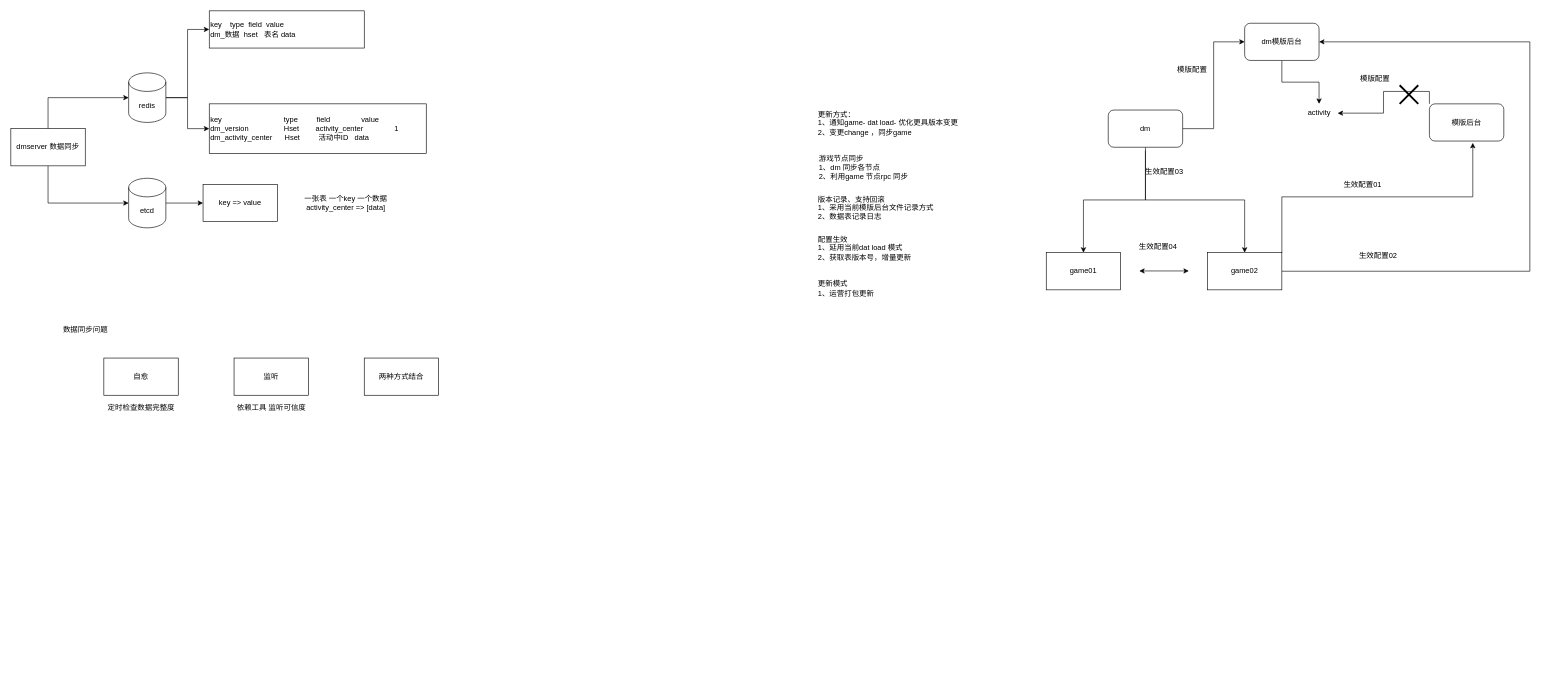
The draw.io diagram dmserver.drawio in SimpleAlong/learngit, before the edit. Source tidied: cells renumbered, new cells numbered last; positions are measured from the earlier drawing's top-left corner, leaving out a move shared by most shapes. Both pictures are drawn from the tidied source at 62%, with x=0, y=0 at pixel (11, 11).
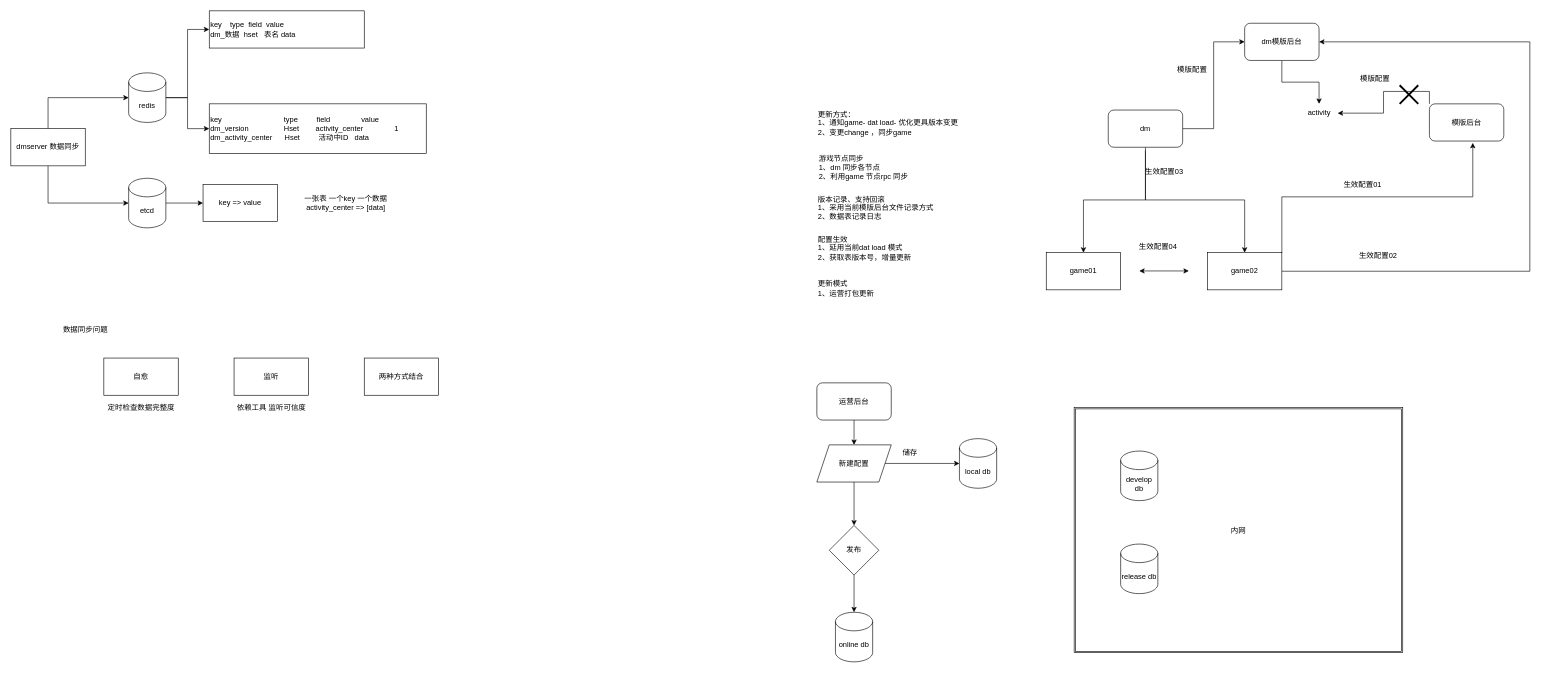
The same page after the edit.

Diff of the diagram source:
```diff
@@
+    <mxCell id="46" style="edgeStyle=orthogonalEdgeStyle;rounded=0;jettySize=auto;html=1;exitX=0.5;exitY=1;exitDx=0;exitDy=0;entryX=0.5;entryY=0;entryDx=0;entryDy=0;entryPerimeter=0;" parent="1" edge="1" source="47" target="55">
+      <mxGeometry relative="1" as="geometry" />
+    </mxCell>
+    <mxCell id="47" value="发布" style="rhombus;whiteSpace=wrap;html=1;" parent="1" vertex="1">
+      <mxGeometry x="1320" y="830" width="80" height="80" as="geometry" />
+    </mxCell>
+    <mxCell id="48" style="edgeStyle=orthogonalEdgeStyle;rounded=0;jettySize=auto;html=1;exitX=1;exitY=0.5;exitDx=0;exitDy=0;entryX=0;entryY=0.5;entryDx=0;entryDy=0;entryPerimeter=0;" parent="1" edge="1" source="50" target="51">
+      <mxGeometry relative="1" as="geometry" />
+    </mxCell>
+    <mxCell id="49" style="edgeStyle=orthogonalEdgeStyle;rounded=0;jettySize=auto;html=1;exitX=0.5;exitY=1;exitDx=0;exitDy=0;entryX=0.5;entryY=0;entryDx=0;entryDy=0;" parent="1" edge="1" source="50" target="47">
+      <mxGeometry relative="1" as="geometry" />
+    </mxCell>
+    <mxCell id="50" value="新建配置" style="shape=parallelogram;perimeter=parallelogramPerimeter;whiteSpace=wrap;html=1;fixedSize=1;" parent="1" vertex="1">
+      <mxGeometry x="1300" y="700" width="120" height="60" as="geometry" />
+    </mxCell>
+    <mxCell id="51" value="local db" style="shape=cylinder3;whiteSpace=wrap;html=1;boundedLbl=1;backgroundOutline=1;size=15;" parent="1" vertex="1">
+      <mxGeometry x="1530" y="690" width="60" height="80" as="geometry" />
+    </mxCell>
+    <mxCell id="52" style="edgeStyle=orthogonalEdgeStyle;rounded=0;jettySize=auto;html=1;exitX=0.5;exitY=1;exitDx=0;exitDy=0;entryX=0.5;entryY=0;entryDx=0;entryDy=0;" parent="1" edge="1" source="53" target="50">
+      <mxGeometry relative="1" as="geometry" />
+    </mxCell>
+    <mxCell id="53" value="运营后台" style="rounded=1;whiteSpace=wrap;html=1;" parent="1" vertex="1">
+      <mxGeometry x="1300" y="600" width="120" height="60" as="geometry" />
+    </mxCell>
+    <mxCell id="54" value="储存" style="text;html=1;align=center;verticalAlign=middle;strokeColor=none;fillColor=none;" parent="1" vertex="1">
+      <mxGeometry x="1425" y="698" width="50" height="30" as="geometry" />
+    </mxCell>
+    <mxCell id="55" value="online db" style="shape=cylinder3;whiteSpace=wrap;html=1;boundedLbl=1;backgroundOutline=1;size=15;" parent="1" vertex="1">
+      <mxGeometry x="1330" y="970" width="60" height="80" as="geometry" />
+    </mxCell>
+    <mxCell id="56" value="内网" style="shape=ext;double=1;rounded=0;whiteSpace=wrap;html=1;" parent="1" vertex="1">
+      <mxGeometry x="1715" y="640" width="530" height="395" as="geometry" />
+    </mxCell>
+    <mxCell id="57" value="develop db" style="shape=cylinder3;whiteSpace=wrap;html=1;boundedLbl=1;backgroundOutline=1;size=15;" parent="1" vertex="1">
+      <mxGeometry x="1790" y="710" width="60" height="80" as="geometry" />
+    </mxCell>
+    <mxCell id="58" value="release db" style="shape=cylinder3;whiteSpace=wrap;html=1;boundedLbl=1;backgroundOutline=1;size=15;" parent="1" vertex="1">
+      <mxGeometry x="1790" y="860" width="60" height="80" as="geometry" />
+    </mxCell>
```
